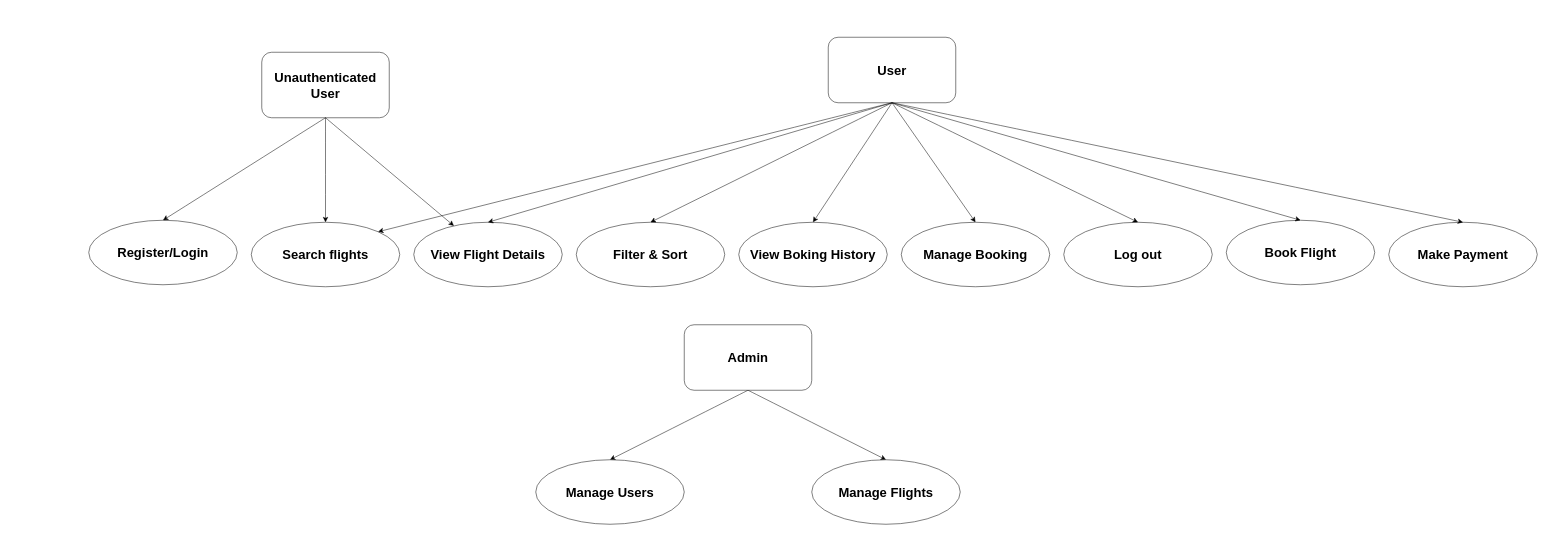
VPG1/AirLineTicketTracker keeps this draw.io diagram as UML/use-case.drawio. Above is the earlier version. Source tidied: cells renumbered, new cells numbered last; positions are measured from the earlier drawing's top-left corner, leaving out a move shared by most shapes. Both pictures are drawn from the tidied source at 50%, with x=0, y=0 at pixel (88, 37).
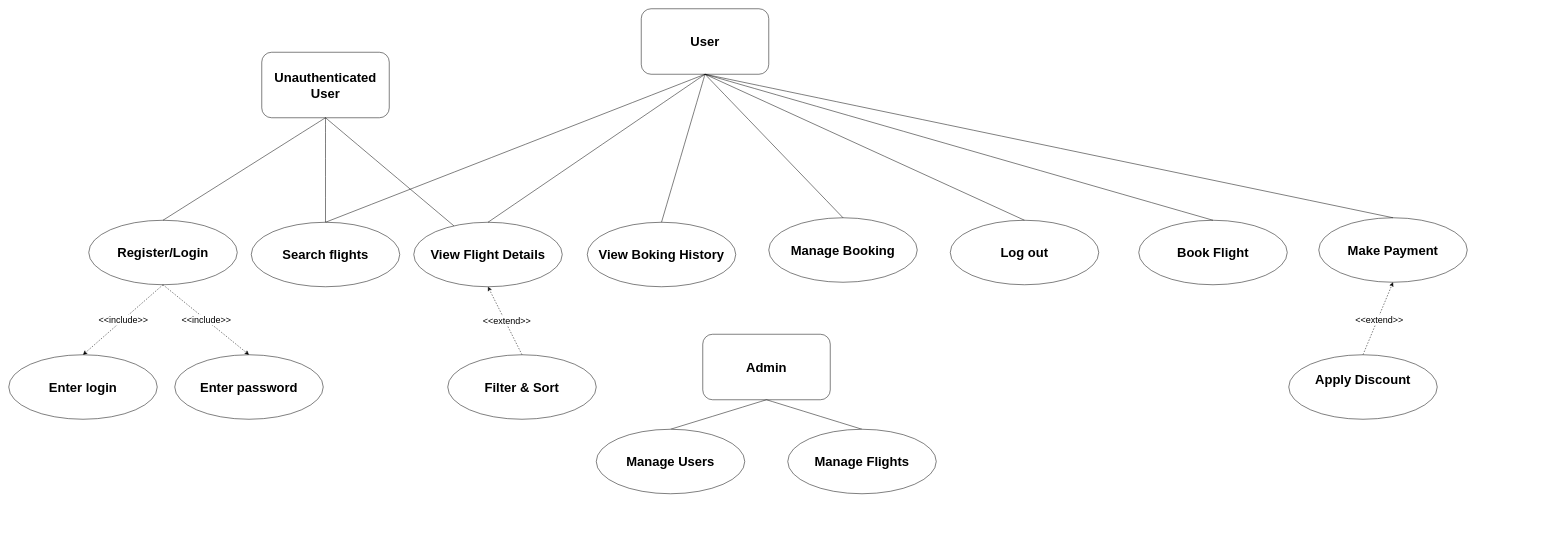
The same page after the edit.

Unchanged cells that the change refers to:
```xml
<mxCell id="2" value="&lt;b&gt;&lt;font style=&quot;font-size: 26px;&quot;&gt;Unauthenticated User&lt;/font&gt;&lt;/b&gt;" style="rounded=1;whiteSpace=wrap;html=1;" parent="1" vertex="1">
  <mxGeometry x="346" y="30" width="255" height="131" as="geometry" />
</mxCell>
<mxCell id="4" value="&lt;font size=&quot;1&quot; style=&quot;&quot;&gt;&lt;b style=&quot;font-size: 26px;&quot;&gt;Search flights&lt;/b&gt;&lt;/font&gt;" style="ellipse;whiteSpace=wrap;html=1;" parent="1" vertex="1">
  <mxGeometry x="325" y="370" width="297" height="129" as="geometry" />
</mxCell>
<mxCell id="5" value="&lt;font size=&quot;1&quot; style=&quot;&quot;&gt;&lt;b style=&quot;font-size: 26px;&quot;&gt;View Flight Details&lt;/b&gt;&lt;/font&gt;" style="ellipse;whiteSpace=wrap;html=1;" parent="1" vertex="1">
  <mxGeometry x="650" y="370" width="297" height="129" as="geometry" />
</mxCell>
<mxCell id="23" value="&lt;b style=&quot;&quot;&gt;&lt;font style=&quot;font-size: 26px;&quot;&gt;Register/Login&lt;/font&gt;&lt;/b&gt;" style="ellipse;whiteSpace=wrap;html=1;" parent="1" vertex="1">
  <mxGeometry y="366" width="297" height="129" as="geometry" />
</mxCell>
```

What changed in the source:
```diff
@@
-    <mxCell id="3" style="endArrow=classic;html=1;rounded=0;fontSize=12;startSize=8;endSize=8;curved=1;exitX=0.5;exitY=1;exitDx=0;exitDy=0;entryX=0.5;entryY=0;entryDx=0;entryDy=0;" parent="1" edge="1" source="2" target="4">
+    <mxCell id="3" style="endArrow=none;html=1;rounded=0;fontSize=12;startSize=8;endSize=8;curved=1;exitX=0.5;exitY=1;exitDx=0;exitDy=0;" parent="1" edge="1" source="2" target="4">
       <mxGeometry relative="1" as="geometry" />
     </mxCell>
@@
     <mxCell id="6" value="&lt;span style=&quot;font-size: 26px;&quot;&gt;&lt;b&gt;User&lt;/b&gt;&lt;/span&gt;" style="rounded=1;whiteSpace=wrap;html=1;" parent="1" vertex="1">
-      <mxGeometry x="1479" width="255" height="131" as="geometry" />
+      <mxGeometry x="1105" y="-57" width="255" height="131" as="geometry" />
     </mxCell>
     <mxCell id="7" value="&lt;b&gt;&lt;font style=&quot;font-size: 26px;&quot;&gt;Admin&lt;/font&gt;&lt;/b&gt;" style="rounded=1;whiteSpace=wrap;html=1;" parent="1" vertex="1">
-      <mxGeometry x="1191" y="575" width="255" height="131" as="geometry" />
+      <mxGeometry x="1228" y="594" width="255" height="131" as="geometry" />
     </mxCell>
-    <mxCell id="8" style="endArrow=classic;html=1;rounded=0;fontSize=12;startSize=8;endSize=8;curved=1;exitX=0.5;exitY=1;exitDx=0;exitDy=0;entryX=1;entryY=0;entryDx=0;entryDy=0;" parent="1" edge="1" source="6" target="4">
+    <mxCell id="8" style="endArrow=none;html=1;rounded=0;fontSize=12;startSize=8;endSize=8;curved=1;exitX=0.5;exitY=1;exitDx=0;exitDy=0;entryX=0.5;entryY=0;entryDx=0;entryDy=0;" parent="1" edge="1" source="6" target="4">
       <mxGeometry relative="1" as="geometry" />
     </mxCell>
-    <mxCell id="9" style="endArrow=classic;html=1;rounded=0;fontSize=12;startSize=8;endSize=8;curved=1;exitX=0.5;exitY=1;exitDx=0;exitDy=0;" parent="1" edge="1" source="2" target="5">
+    <mxCell id="9" style="endArrow=none;html=1;rounded=0;fontSize=12;startSize=8;endSize=8;curved=1;exitX=0.5;exitY=1;exitDx=0;exitDy=0;" parent="1" edge="1" source="2" target="5">
       <mxGeometry relative="1" as="geometry" />
     </mxCell>
-    <mxCell id="10" style="endArrow=classic;html=1;rounded=0;fontSize=12;startSize=8;endSize=8;curved=1;exitX=0.5;exitY=1;exitDx=0;exitDy=0;entryX=0.5;entryY=0;entryDx=0;entryDy=0;" parent="1" edge="1" source="6" target="5">
+    <mxCell id="10" style="endArrow=none;html=1;rounded=0;fontSize=12;startSize=8;endSize=8;curved=1;exitX=0.5;exitY=1;exitDx=0;exitDy=0;entryX=0.5;entryY=0;entryDx=0;entryDy=0;" parent="1" edge="1" source="6" target="5">
       <mxGeometry relative="1" as="geometry" />
     </mxCell>
-    <mxCell id="11" value="&lt;b style=&quot;&quot;&gt;&lt;font style=&quot;font-size: 26px;&quot;&gt;Filter &amp;amp; Sort&lt;/font&gt;&lt;/b&gt;" style="ellipse;whiteSpace=wrap;html=1;" parent="1" vertex="1">
-      <mxGeometry x="975" y="370" width="297" height="129" as="geometry" />
-    </mxCell>
     <mxCell id="12" value="&lt;b style=&quot;&quot;&gt;&lt;font style=&quot;font-size: 26px;&quot;&gt;View Boking History&lt;/font&gt;&lt;/b&gt;" style="ellipse;whiteSpace=wrap;html=1;" parent="1" vertex="1">
-      <mxGeometry x="1300" y="370" width="297" height="129" as="geometry" />
+      <mxGeometry x="997" y="370" width="297" height="129" as="geometry" />
     </mxCell>
     <mxCell id="13" value="&lt;b style=&quot;&quot;&gt;&lt;font style=&quot;font-size: 26px;&quot;&gt;Manage Booking&lt;/font&gt;&lt;/b&gt;" style="ellipse;whiteSpace=wrap;html=1;" parent="1" vertex="1">
-      <mxGeometry x="1625" y="370" width="297" height="129" as="geometry" />
+      <mxGeometry x="1360" y="361" width="297" height="129" as="geometry" />
     </mxCell>
     <mxCell id="14" value="&lt;b style=&quot;&quot;&gt;&lt;font style=&quot;font-size: 26px;&quot;&gt;Log out&lt;/font&gt;&lt;/b&gt;" style="ellipse;whiteSpace=wrap;html=1;" parent="1" vertex="1">
-      <mxGeometry x="1950" y="370" width="297" height="129" as="geometry" />
+      <mxGeometry x="1723" y="366" width="297" height="129" as="geometry" />
     </mxCell>
     <mxCell id="15" value="&lt;b style=&quot;&quot;&gt;&lt;font style=&quot;font-size: 26px;&quot;&gt;Book Flight&lt;/font&gt;&lt;/b&gt;" style="ellipse;whiteSpace=wrap;html=1;" parent="1" vertex="1">
-      <mxGeometry x="2275" y="366" width="297" height="129" as="geometry" />
+      <mxGeometry x="2100" y="366" width="297" height="129" as="geometry" />
     </mxCell>
     <mxCell id="16" value="&lt;font style=&quot;font-size: 26px;&quot;&gt;&lt;b style=&quot;&quot;&gt;&lt;font style=&quot;font-size: 26px;&quot;&gt;Make &lt;/font&gt;&lt;/b&gt;&lt;b style=&quot;&quot;&gt;Payment&lt;/b&gt;&lt;/font&gt;" style="ellipse;whiteSpace=wrap;html=1;" parent="1" vertex="1">
-      <mxGeometry x="2600" y="370" width="297" height="129" as="geometry" />
+      <mxGeometry x="2460" y="361" width="297" height="129" as="geometry" />
     </mxCell>
-    <mxCell id="17" style="endArrow=classic;html=1;rounded=0;fontSize=12;startSize=8;endSize=8;curved=1;exitX=0.5;exitY=1;exitDx=0;exitDy=0;entryX=0.5;entryY=0;entryDx=0;entryDy=0;" parent="1" edge="1" source="6" target="11">
-      <mxGeometry relative="1" as="geometry" />
-    </mxCell>
-    <mxCell id="18" style="endArrow=classic;html=1;rounded=0;fontSize=12;startSize=8;endSize=8;curved=1;exitX=0.5;exitY=1;exitDx=0;exitDy=0;entryX=0.5;entryY=0;entryDx=0;entryDy=0;" parent="1" edge="1" source="6" target="12">
+    <mxCell id="18" style="endArrow=none;html=1;rounded=0;fontSize=12;startSize=8;endSize=8;curved=1;exitX=0.5;exitY=1;exitDx=0;exitDy=0;entryX=0.5;entryY=0;entryDx=0;entryDy=0;" parent="1" edge="1" source="6" target="12">
       <mxGeometry relative="1" as="geometry" />
     </mxCell>
-    <mxCell id="19" style="endArrow=classic;html=1;rounded=0;fontSize=12;startSize=8;endSize=8;curved=1;exitX=0.5;exitY=1;exitDx=0;exitDy=0;entryX=0.5;entryY=0;entryDx=0;entryDy=0;" parent="1" edge="1" source="6" target="13">
+    <mxCell id="19" style="endArrow=none;html=1;rounded=0;fontSize=12;startSize=8;endSize=8;curved=1;exitX=0.5;exitY=1;exitDx=0;exitDy=0;entryX=0.5;entryY=0;entryDx=0;entryDy=0;" parent="1" edge="1" source="6" target="13">
       <mxGeometry relative="1" as="geometry" />
     </mxCell>
-    <mxCell id="20" style="endArrow=classic;html=1;rounded=0;fontSize=12;startSize=8;endSize=8;curved=1;exitX=0.5;exitY=1;exitDx=0;exitDy=0;entryX=0.5;entryY=0;entryDx=0;entryDy=0;" parent="1" edge="1" source="6" target="14">
+    <mxCell id="20" style="endArrow=none;html=1;rounded=0;fontSize=12;startSize=8;endSize=8;curved=1;exitX=0.5;exitY=1;exitDx=0;exitDy=0;entryX=0.5;entryY=0;entryDx=0;entryDy=0;" parent="1" edge="1" source="6" target="14">
       <mxGeometry relative="1" as="geometry" />
     </mxCell>
-    <mxCell id="21" style="endArrow=classic;html=1;rounded=0;fontSize=12;startSize=8;endSize=8;curved=1;exitX=0.5;exitY=1;exitDx=0;exitDy=0;entryX=0.5;entryY=0;entryDx=0;entryDy=0;" parent="1" edge="1" source="6" target="15">
+    <mxCell id="21" style="endArrow=none;html=1;rounded=0;fontSize=12;startSize=8;endSize=8;curved=1;exitX=0.5;exitY=1;exitDx=0;exitDy=0;entryX=0.5;entryY=0;entryDx=0;entryDy=0;" parent="1" edge="1" source="6" target="15">
       <mxGeometry relative="1" as="geometry" />
     </mxCell>
-    <mxCell id="22" style="endArrow=classic;html=1;rounded=0;fontSize=12;startSize=8;endSize=8;curved=1;exitX=0.5;exitY=1;exitDx=0;exitDy=0;entryX=0.5;entryY=0;entryDx=0;entryDy=0;" parent="1" edge="1" source="6" target="16">
+    <mxCell id="22" style="endArrow=none;html=1;rounded=0;fontSize=12;startSize=8;endSize=8;curved=1;exitX=0.5;exitY=1;exitDx=0;exitDy=0;entryX=0.5;entryY=0;entryDx=0;entryDy=0;" parent="1" edge="1" source="6" target="16">
       <mxGeometry relative="1" as="geometry" />
     </mxCell>
@@
-    <mxCell id="24" style="endArrow=classic;html=1;rounded=0;fontSize=12;startSize=8;endSize=8;curved=1;exitX=0.5;exitY=1;exitDx=0;exitDy=0;entryX=0.5;entryY=0;entryDx=0;entryDy=0;" parent="1" edge="1" source="2" target="23">
+    <mxCell id="24" style="endArrow=none;html=1;rounded=0;fontSize=12;startSize=8;endSize=8;curved=1;exitX=0.5;exitY=1;exitDx=0;exitDy=0;entryX=0.5;entryY=0;entryDx=0;entryDy=0;" parent="1" edge="1" source="2" target="23">
       <mxGeometry relative="1" as="geometry" />
     </mxCell>
-    <mxCell id="25" style="endArrow=classic;html=1;rounded=0;fontSize=12;startSize=8;endSize=8;curved=1;exitX=0.5;exitY=1;exitDx=0;exitDy=0;entryX=0.5;entryY=0;entryDx=0;entryDy=0;" parent="1" edge="1" source="7" target="27">
+    <mxCell id="25" style="endArrow=none;html=1;rounded=0;fontSize=12;startSize=8;endSize=8;curved=1;exitX=0.5;exitY=1;exitDx=0;exitDy=0;entryX=0.5;entryY=0;entryDx=0;entryDy=0;" parent="1" edge="1" source="7" target="27">
       <mxGeometry relative="1" as="geometry" />
     </mxCell>
-    <mxCell id="26" style="endArrow=classic;html=1;rounded=0;fontSize=12;startSize=8;endSize=8;curved=1;exitX=0.5;exitY=1;exitDx=0;exitDy=0;entryX=0.5;entryY=0;entryDx=0;entryDy=0;" parent="1" edge="1" source="7" target="28">
+    <mxCell id="26" style="endArrow=none;html=1;rounded=0;fontSize=12;startSize=8;endSize=8;curved=1;exitX=0.5;exitY=1;exitDx=0;exitDy=0;entryX=0.5;entryY=0;entryDx=0;entryDy=0;" parent="1" edge="1" source="7" target="28">
       <mxGeometry relative="1" as="geometry" />
     </mxCell>
     <mxCell id="27" value="&lt;span style=&quot;font-size: 26px;&quot;&gt;&lt;b&gt;Manage Users&lt;/b&gt;&lt;/span&gt;" style="ellipse;whiteSpace=wrap;html=1;" parent="1" vertex="1">
-      <mxGeometry x="894" y="845" width="297" height="129" as="geometry" />
+      <mxGeometry x="1015" y="784" width="297" height="129" as="geometry" />
     </mxCell>
     <mxCell id="28" value="&lt;font size=&quot;1&quot; style=&quot;&quot;&gt;&lt;b style=&quot;font-size: 26px;&quot;&gt;Manage Flights&lt;/b&gt;&lt;/font&gt;" style="ellipse;whiteSpace=wrap;html=1;" parent="1" vertex="1">
-      <mxGeometry x="1446" y="845" width="297" height="129" as="geometry" />
+      <mxGeometry x="1398" y="784" width="297" height="129" as="geometry" />
     </mxCell>
+    <mxCell id="29" value="&lt;span style=&quot;font-size: 26px;&quot;&gt;&lt;b&gt;Enter password&lt;/b&gt;&lt;/span&gt;" style="ellipse;whiteSpace=wrap;html=1;" parent="1" vertex="1">
+      <mxGeometry x="172" y="635" width="297" height="129" as="geometry" />
+    </mxCell>
+    <mxCell id="30" value="&lt;font style=&quot;font-size: 18px;&quot;&gt;&amp;lt;&amp;lt;include&amp;gt;&amp;gt;&lt;/font&gt;" style="endArrow=classic;dashed=1;html=1;rounded=0;exitX=0.5;exitY=1;exitDx=0;exitDy=0;entryX=0.5;entryY=0;entryDx=0;entryDy=0;" parent="1" edge="1" source="23" target="29">
+      <mxGeometry relative="1" as="geometry" />
+    </mxCell>
+    <mxCell id="31" value="&lt;span style=&quot;font-size: 26px;&quot;&gt;&lt;b&gt;Enter login&lt;/b&gt;&lt;/span&gt;" style="ellipse;whiteSpace=wrap;html=1;" parent="1" vertex="1">
+      <mxGeometry x="-160" y="635" width="297" height="129" as="geometry" />
+    </mxCell>
+    <mxCell id="32" value="&lt;font style=&quot;font-size: 18px;&quot;&gt;&amp;lt;&amp;lt;include&amp;gt;&amp;gt;&lt;/font&gt;" style="endArrow=classic;dashed=1;html=1;rounded=0;exitX=0.5;exitY=1;exitDx=0;exitDy=0;entryX=0.5;entryY=0;entryDx=0;entryDy=0;" parent="1" edge="1" source="23" target="31">
+      <mxGeometry relative="1" as="geometry" />
+    </mxCell>
+    <mxCell id="33" style="endArrow=classic;dashed=1;html=1;rounded=0;entryX=0.5;entryY=1;entryDx=0;entryDy=0;exitX=0.5;exitY=0;exitDx=0;exitDy=0;" parent="1" edge="1" source="35" target="16">
+      <mxGeometry relative="1" as="geometry" />
+    </mxCell>
+    <mxCell id="34" value="&lt;font style=&quot;font-size: 18px;&quot;&gt;&amp;lt;&amp;lt;extend&amp;gt;&amp;gt;&lt;/font&gt;" style="edgeLabel;html=1;align=center;verticalAlign=middle;" parent="33" vertex="1">
+      <mxGeometry x="-0.02" y="-3" relative="1" as="geometry" />
+    </mxCell>
+    <mxCell id="35" value="&lt;span style=&quot;font-size: 26px;&quot;&gt;&lt;b&gt;Apply Discount&lt;/b&gt;&lt;/span&gt;&lt;div&gt;&lt;span style=&quot;font-size: 26px;&quot;&gt;&lt;b&gt;&lt;br&gt;&lt;/b&gt;&lt;/span&gt;&lt;/div&gt;" style="ellipse;whiteSpace=wrap;html=1;" parent="1" vertex="1">
+      <mxGeometry x="2400" y="635" width="297" height="129" as="geometry" />
+    </mxCell>
+    <mxCell id="36" style="endArrow=classic;dashed=1;html=1;rounded=0;exitX=0.5;exitY=0;exitDx=0;exitDy=0;entryX=0.5;entryY=1;entryDx=0;entryDy=0;" parent="1" edge="1" source="11" target="5">
+      <mxGeometry relative="1" as="geometry" />
+    </mxCell>
+    <mxCell id="37" value="&lt;font style=&quot;font-size: 18px;&quot;&gt;&amp;lt;&amp;lt;extend&amp;gt;&amp;gt;&lt;/font&gt;" style="edgeLabel;html=1;align=center;verticalAlign=middle;" parent="36" vertex="1">
+      <mxGeometry x="-0.02" y="-3" relative="1" as="geometry" />
+    </mxCell>
+    <mxCell id="11" value="&lt;b style=&quot;&quot;&gt;&lt;font style=&quot;font-size: 26px;&quot;&gt;Filter &amp;amp; Sort&lt;/font&gt;&lt;/b&gt;" style="ellipse;whiteSpace=wrap;html=1;" parent="1" vertex="1">
+      <mxGeometry x="718" y="635" width="297" height="129" as="geometry" />
+    </mxCell>
```
